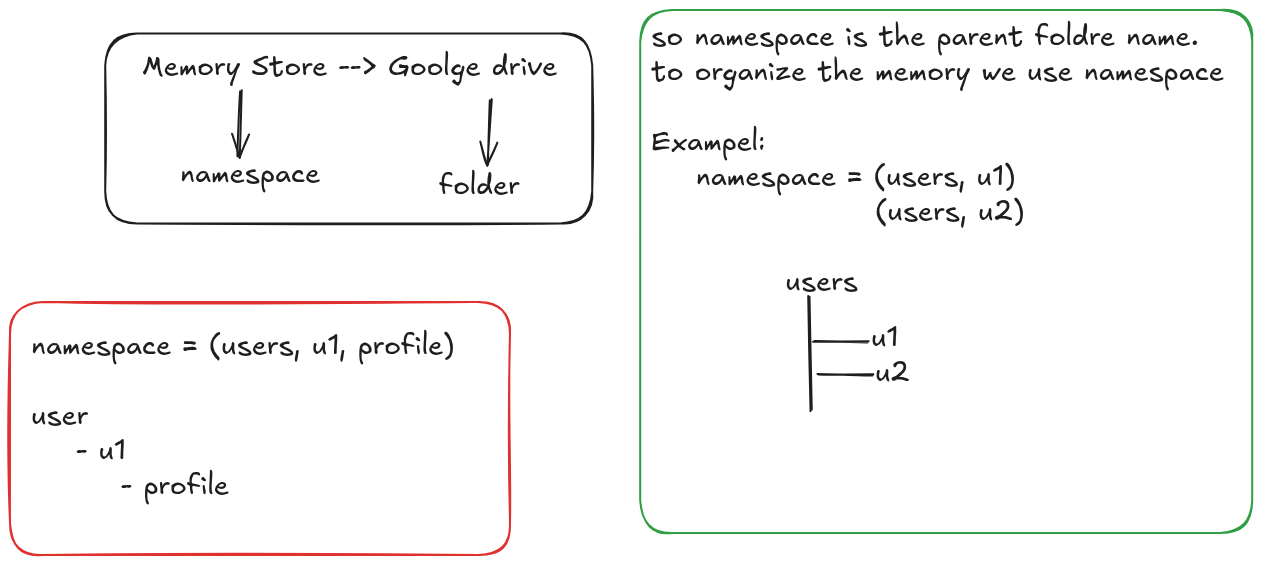
AIXerum/End-to-End-Agentic-AI-Automation-Lab keeps this Excalidraw diagram as 18-e2e-chatbot-mem0-tools-HITL-MCP-RAG/06-Memory/02-long-term/ltm.excalidraw.png. Above is the earlier version. Source tidied: one line per element, renumbered; positions are measured from the earlier drawing's top-left corner, leaving out a move shared by most shapes.
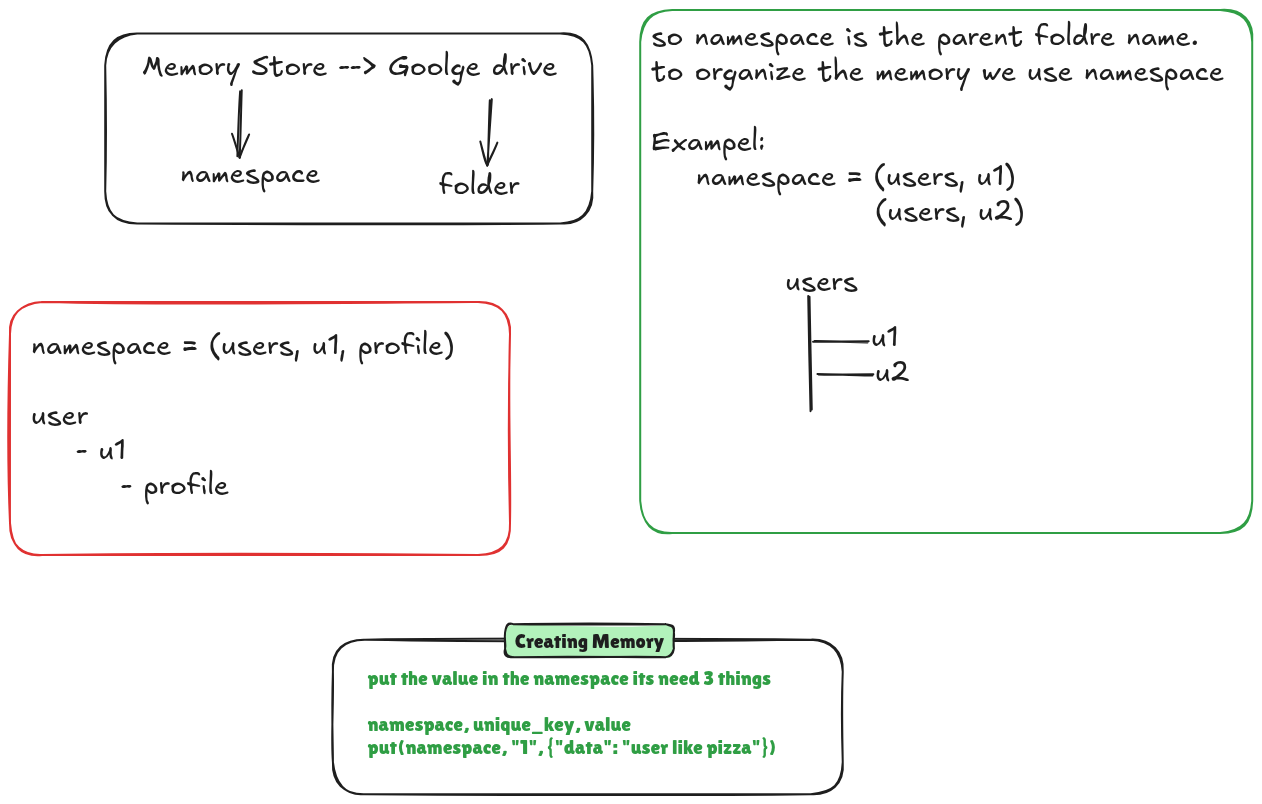
After the change.

Change to the diagram source:
```diff
@@ -13,3 +13,7 @@
 {"id": 12, "type": "rectangle", "strokeColor": "#2f9e44", "strokeWidth": 2, "roughness": 1, "round": true, "x": 630, "y": 0, "width": 612, "height": 523}
 {"id": 13, "type": "text", "text": "namespace = (users, u1, profile)\n\nuser\n    - u1\n        - profile", "strokeColor": "#1e1e1e", "strokeWidth": 2, "roughness": 1, "fontSize": 28, "fontFamily": 5, "x": 21, "y": 319, "width": 423, "height": 175}
 {"id": 14, "type": "rectangle", "strokeColor": "#e03131", "strokeWidth": 2, "roughness": 1, "round": true, "x": 0, "y": 292, "width": 500, "height": 253}
+{"id": 15, "type": "text", "text": "put the value in the namespace its need 3 things\n\nnamespace, unique_key, value\nput(namespace, \"1\", {\"data\": \"user like pizza\"})", "strokeColor": "#2f9e44", "strokeWidth": 2, "roughness": 1, "fontSize": 20, "fontFamily": 7, "x": 358, "y": 656, "width": 409, "height": 92}
+{"id": 16, "type": "rectangle", "strokeColor": "#1e1e1e", "strokeWidth": 2, "roughness": 1, "round": true, "x": 323, "y": 630, "width": 510, "height": 154}
+{"id": 17, "type": "rectangle", "strokeColor": "#1e1e1e", "backgroundColor": "#b2f2bb", "fillStyle": "solid", "strokeWidth": 2, "roughness": 1, "round": true, "x": 495, "y": 614, "width": 169, "height": 33}
+{"id": 18, "type": "text", "text": "Creating Memory", "strokeColor": "#1e1e1e", "backgroundColor": "#b2f2bb", "fillStyle": "solid", "strokeWidth": 2, "roughness": 1, "fontSize": 20, "fontFamily": 7, "textAlign": "center", "verticalAlign": "middle", "inside": 17, "x": 505, "y": 619, "width": 150, "height": 23}
```
